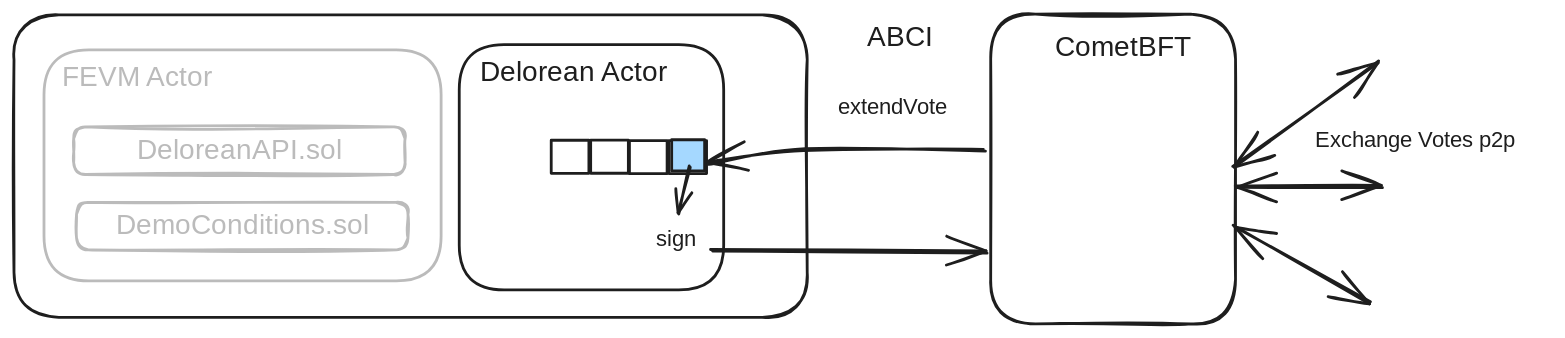
Before: Delorean-Docs/diagrams/flow_4.excalidraw.svg, a diagram exported from Excalidraw (ChainSafe/Delorean-Protocol). Source tidied: one line per element, renumbered; positions are measured from the earlier drawing's top-left corner, leaving out a move shared by most shapes.
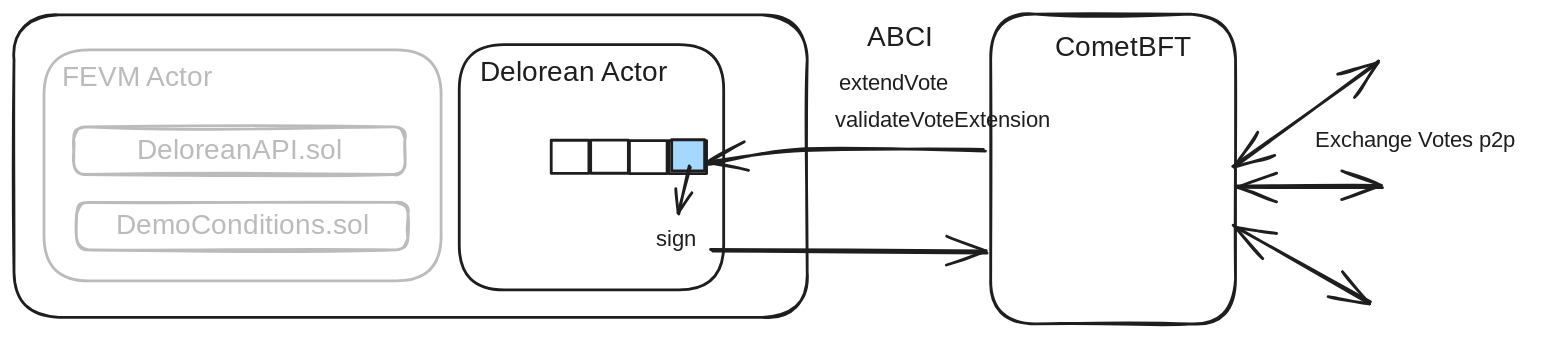
Later version of the same file.

What changed in the source:
```diff
@@ -1,6 +1,6 @@
 {"id": 0, "type": "rectangle", "strokeColor": "#1e1e1e", "strokeWidth": 2, "roughness": 1, "round": true, "x": 698, "y": 0, "width": 175, "height": 221}
 {"id": 1, "type": "text", "text": "CometBFT", "strokeColor": "#1e1e1e", "strokeWidth": 2, "roughness": 1, "fontSize": 20, "fontFamily": 3, "x": 743, "y": 12, "width": 94, "height": 24}
-{"id": 2, "type": "text", "text": "extendVote", "strokeColor": "#1e1e1e", "strokeWidth": 2, "roughness": 1, "fontSize": 16, "fontFamily": 3, "x": 589, "y": 57, "width": 94, "height": 19}
+{"id": 2, "type": "text", "text": "extendVote", "strokeColor": "#1e1e1e", "strokeWidth": 2, "roughness": 1, "fontSize": 16, "fontFamily": 3, "x": 589, "y": 40, "width": 94, "height": 19}
 {"id": 3, "type": "arrow", "strokeColor": "#1e1e1e", "strokeWidth": 2, "roughness": 1, "startArrowhead": "arrow", "endArrowhead": "arrow", "round": true, "x": 871, "y": 108, "width": 102, "height": 75, "points": [[0, 0], [102, -75]]}
 {"id": 4, "type": "arrow", "strokeColor": "#1e1e1e", "strokeWidth": 2, "roughness": 1, "startArrowhead": "arrow", "endArrowhead": "arrow", "round": true, "from": 0, "x": 874, "y": 124, "width": 104, "height": 1, "points": [[0, 0], [104, -1]]}
 {"id": 5, "type": "arrow", "strokeColor": "#1e1e1e", "strokeWidth": 2, "roughness": 1, "startArrowhead": "arrow", "endArrowhead": "arrow", "round": true, "x": 872, "y": 153, "width": 96, "height": 53, "points": [[0, 0], [96, 53]]}
@@ -24,3 +24,4 @@
 {"id": 23, "type": "arrow", "strokeColor": "#1e1e1e", "strokeWidth": 2, "roughness": 1, "endArrowhead": "arrow", "round": true, "to": 22, "x": 483, "y": 109, "width": 8, "height": 34, "points": [[0, 0], [-8, 34]]}
 {"id": 24, "type": "arrow", "strokeColor": "#1e1e1e", "strokeWidth": 2, "roughness": 1, "endArrowhead": "arrow", "round": true, "from": 22, "to": 0, "x": 499, "y": 169, "width": 196, "height": 0, "points": [[0, 0], [196, 0]]}
 {"id": 25, "type": "text", "text": "ABCI", "strokeColor": "#1e1e1e", "strokeWidth": 2, "roughness": 1, "fontSize": 20, "fontFamily": 3, "x": 609, "y": 5, "width": 47, "height": 24}
+{"id": 26, "type": "text", "text": "validateVoteExtension", "strokeColor": "#1e1e1e", "strokeWidth": 2, "roughness": 1, "fontSize": 16, "fontFamily": 3, "x": 586, "y": 66, "width": 197, "height": 19}
```
